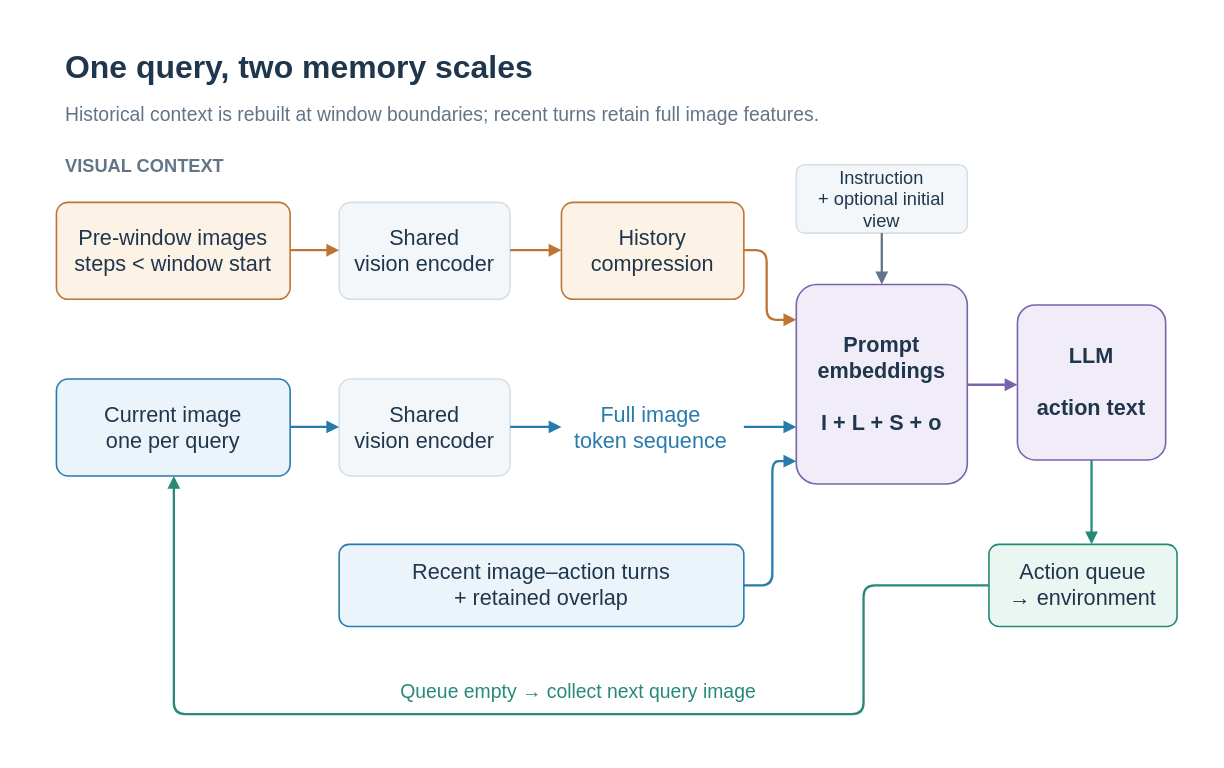
Earlier version of the draw.io diagram docs/assets/concepts/diagrams/dual-memory.en-US.drawio (Eku127/SwiftVLN). Source tidied: cells renumbered, new cells numbered last; positions are measured from the earlier drawing's top-left corner, leaving out a move shared by most shapes. Both pictures are drawn from the tidied source at 114%, with x=0, y=0 at pixel (19, 19).
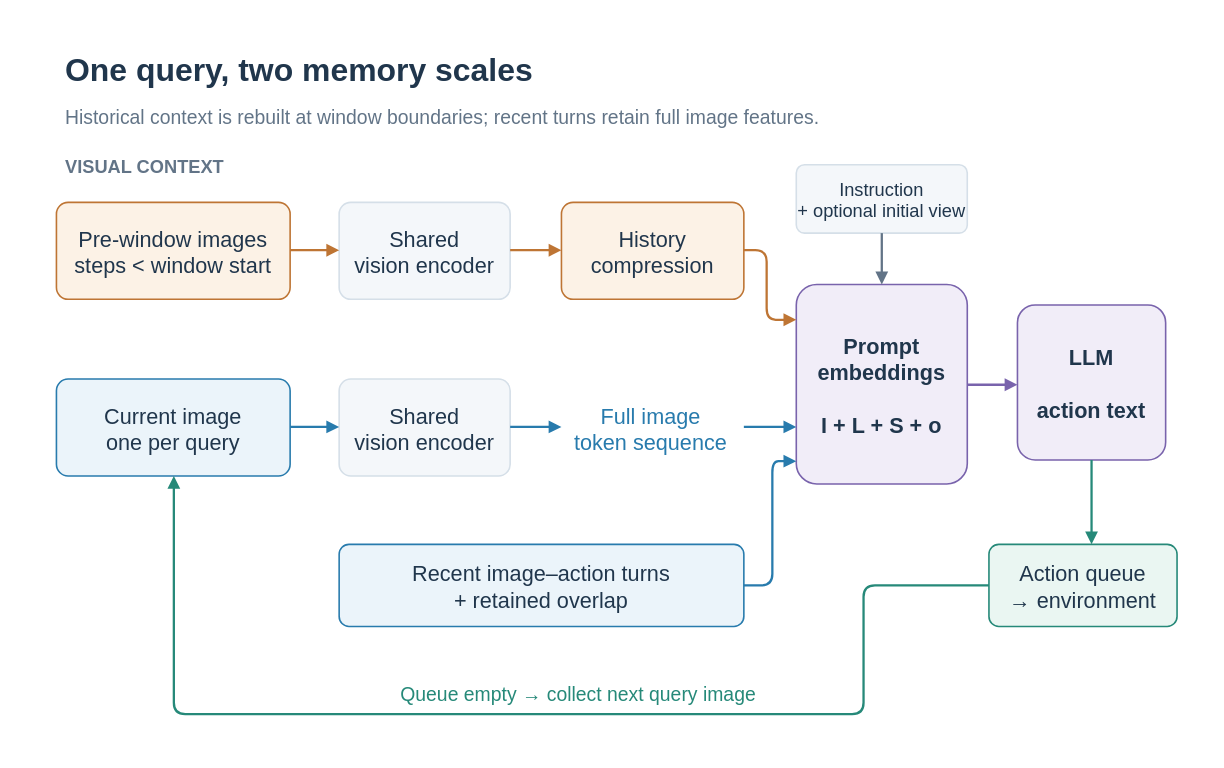
The same page after the edit.

What changed in the source:
```diff
@@
-    <mxCell id="2" style="rounded=0;arcSize=12;whiteSpace=wrap;html=0;fillColor=#FFFFFF;strokeColor=none;strokeWidth=1.4;fontColor=#20364C;fontFamily=Arial;fontSize=19;fontStyle=0;align=center;verticalAlign=middle;spacing=8;" parent="1" vertex="1">
+    <mxCell id="2" style="rounded=0;arcSize=12;whiteSpace=nowrap;html=0;fillColor=#FFFFFF;strokeColor=none;strokeWidth=1.4;fontColor=#20364C;fontFamily=Arial;fontSize=19;fontStyle=0;align=center;verticalAlign=middle;spacing=8;" parent="1" vertex="1">
       <mxGeometry width="1040" height="640" as="geometry" />
     </mxCell>
-    <mxCell id="3" value="One query, two memory scales" style="rounded=0;arcSize=12;whiteSpace=wrap;html=0;fillColor=none;strokeColor=none;strokeWidth=1.4;fontColor=#20364C;fontFamily=Arial;fontSize=28;fontStyle=1;align=left;verticalAlign=middle;spacing=8;" parent="1" vertex="1">
+    <mxCell id="3" value="One query, two memory scales" style="rounded=0;arcSize=12;whiteSpace=nowrap;html=0;fillColor=none;strokeColor=none;strokeWidth=1.4;fontColor=#20364C;fontFamily=Arial;fontSize=28;fontStyle=1;align=left;verticalAlign=middle;spacing=8;" parent="1" vertex="1">
       <mxGeometry x="32" y="22" width="970" height="38" as="geometry" />
     </mxCell>
-    <mxCell id="4" value="Historical context is rebuilt at window boundaries; recent turns retain full image features." style="rounded=0;arcSize=12;whiteSpace=wrap;html=0;fillColor=none;strokeColor=none;strokeWidth=1.4;fontColor=#627487;fontFamily=Arial;fontSize=17;fontStyle=0;align=left;verticalAlign=middle;spacing=8;" parent="1" vertex="1">
+    <mxCell id="4" value="Historical context is rebuilt at window boundaries; recent turns retain full image features." style="rounded=0;arcSize=12;whiteSpace=nowrap;html=0;fillColor=none;strokeColor=none;strokeWidth=1.4;fontColor=#627487;fontFamily=Arial;fontSize=17;fontStyle=0;align=left;verticalAlign=middle;spacing=8;" parent="1" vertex="1">
       <mxGeometry x="32" y="67" width="970" height="34" as="geometry" />
     </mxCell>
-    <mxCell id="5" value="VISUAL CONTEXT" style="rounded=0;arcSize=12;whiteSpace=wrap;html=0;fillColor=none;strokeColor=none;strokeWidth=1.4;fontColor=#627487;fontFamily=Arial;fontSize=16;fontStyle=1;align=left;verticalAlign=middle;spacing=8;" parent="1" vertex="1">
+    <mxCell id="5" value="VISUAL CONTEXT" style="rounded=0;arcSize=12;whiteSpace=nowrap;html=0;fillColor=none;strokeColor=none;strokeWidth=1.4;fontColor=#627487;fontFamily=Arial;fontSize=16;fontStyle=1;align=left;verticalAlign=middle;spacing=8;" parent="1" vertex="1">
       <mxGeometry x="32" y="114" width="570" height="28" as="geometry" />
     </mxCell>
-    <mxCell id="6" value="Pre-window images&#10;steps &lt; window start" style="rounded=1;arcSize=12;whiteSpace=wrap;html=0;fillColor=#FCF2E6;strokeColor=#BE7534;strokeWidth=1.4;fontColor=#20364C;fontFamily=Arial;fontSize=19;fontStyle=0;align=center;verticalAlign=middle;spacing=8;" parent="1" vertex="1">
+    <mxCell id="6" value="Pre-window images&#10;steps &lt; window start" style="rounded=1;arcSize=12;whiteSpace=nowrap;html=0;fillColor=#FCF2E6;strokeColor=#BE7534;strokeWidth=1.4;fontColor=#20364C;fontFamily=Arial;fontSize=19;fontStyle=0;align=center;verticalAlign=middle;spacing=8;" parent="1" vertex="1">
       <mxGeometry x="32" y="160" width="205" height="85" as="geometry" />
     </mxCell>
-    <mxCell id="7" value="Shared&#10;vision encoder" style="rounded=1;arcSize=12;whiteSpace=wrap;html=0;fillColor=#F4F7FA;strokeColor=#D5DFE8;strokeWidth=1.4;fontColor=#20364C;fontFamily=Arial;fontSize=19;fontStyle=0;align=center;verticalAlign=middle;spacing=8;" parent="1" vertex="1">
+    <mxCell id="7" value="Shared&#10;vision encoder" style="rounded=1;arcSize=12;whiteSpace=nowrap;html=0;fillColor=#F4F7FA;strokeColor=#D5DFE8;strokeWidth=1.4;fontColor=#20364C;fontFamily=Arial;fontSize=19;fontStyle=0;align=center;verticalAlign=middle;spacing=8;" parent="1" vertex="1">
       <mxGeometry x="280" y="160" width="150" height="85" as="geometry" />
     </mxCell>
-    <mxCell id="8" value="History&#10;compression" style="rounded=1;arcSize=12;whiteSpace=wrap;html=0;fillColor=#FCF2E6;strokeColor=#BE7534;strokeWidth=1.4;fontColor=#20364C;fontFamily=Arial;fontSize=19;fontStyle=0;align=center;verticalAlign=middle;spacing=8;" parent="1" vertex="1">
+    <mxCell id="8" value="History&#10;compression" style="rounded=1;arcSize=12;whiteSpace=nowrap;html=0;fillColor=#FCF2E6;strokeColor=#BE7534;strokeWidth=1.4;fontColor=#20364C;fontFamily=Arial;fontSize=19;fontStyle=0;align=center;verticalAlign=middle;spacing=8;" parent="1" vertex="1">
       <mxGeometry x="475" y="160" width="160" height="85" as="geometry" />
     </mxCell>
@@
-    <mxCell id="11" value="Current image&#10;one per query" style="rounded=1;arcSize=12;whiteSpace=wrap;html=0;fillColor=#EBF4FA;strokeColor=#287BAD;strokeWidth=1.4;fontColor=#20364C;fontFamily=Arial;fontSize=19;fontStyle=0;align=center;verticalAlign=middle;spacing=8;" parent="1" vertex="1">
+    <mxCell id="11" value="Current image&#10;one per query" style="rounded=1;arcSize=12;whiteSpace=nowrap;html=0;fillColor=#EBF4FA;strokeColor=#287BAD;strokeWidth=1.4;fontColor=#20364C;fontFamily=Arial;fontSize=19;fontStyle=0;align=center;verticalAlign=middle;spacing=8;" parent="1" vertex="1">
       <mxGeometry x="32" y="315" width="205" height="85" as="geometry" />
     </mxCell>
-    <mxCell id="12" value="Shared&#10;vision encoder" style="rounded=1;arcSize=12;whiteSpace=wrap;html=0;fillColor=#F4F7FA;strokeColor=#D5DFE8;strokeWidth=1.4;fontColor=#20364C;fontFamily=Arial;fontSize=19;fontStyle=0;align=center;verticalAlign=middle;spacing=8;" parent="1" vertex="1">
+    <mxCell id="12" value="Shared&#10;vision encoder" style="rounded=1;arcSize=12;whiteSpace=nowrap;html=0;fillColor=#F4F7FA;strokeColor=#D5DFE8;strokeWidth=1.4;fontColor=#20364C;fontFamily=Arial;fontSize=19;fontStyle=0;align=center;verticalAlign=middle;spacing=8;" parent="1" vertex="1">
       <mxGeometry x="280" y="315" width="150" height="85" as="geometry" />
     </mxCell>
-    <mxCell id="13" value="Full image&#10;token sequence" style="rounded=0;arcSize=12;whiteSpace=wrap;html=0;fillColor=none;strokeColor=none;strokeWidth=1.4;fontColor=#287BAD;fontFamily=Arial;fontSize=19;fontStyle=0;align=center;verticalAlign=middle;spacing=8;" parent="1" vertex="1">
+    <mxCell id="13" value="Full image&#10;token sequence" style="rounded=0;arcSize=12;whiteSpace=nowrap;html=0;fillColor=none;strokeColor=none;strokeWidth=1.4;fontColor=#287BAD;fontFamily=Arial;fontSize=19;fontStyle=0;align=center;verticalAlign=middle;spacing=8;" parent="1" vertex="1">
       <mxGeometry x="471" y="325" width="165" height="65" as="geometry" />
     </mxCell>
@@
-    <mxCell id="16" value="Recent image–action turns&#10;+ retained overlap" style="rounded=1;arcSize=12;whiteSpace=wrap;html=0;fillColor=#EBF4FA;strokeColor=#287BAD;strokeWidth=1.4;fontColor=#20364C;fontFamily=Arial;fontSize=19;fontStyle=0;align=center;verticalAlign=middle;spacing=8;" parent="1" vertex="1">
+    <mxCell id="16" value="Recent image–action turns&#10;+ retained overlap" style="rounded=1;arcSize=12;whiteSpace=nowrap;html=0;fillColor=#EBF4FA;strokeColor=#287BAD;strokeWidth=1.4;fontColor=#20364C;fontFamily=Arial;fontSize=19;fontStyle=0;align=center;verticalAlign=middle;spacing=8;" parent="1" vertex="1">
       <mxGeometry x="280" y="460" width="355" height="72" as="geometry" />
     </mxCell>
-    <mxCell id="17" value="Instruction&#10;+ optional initial view" style="rounded=1;arcSize=12;whiteSpace=wrap;html=0;fillColor=#F4F7FA;strokeColor=#D5DFE8;strokeWidth=1.4;fontColor=#20364C;fontFamily=Arial;fontSize=16;fontStyle=0;align=center;verticalAlign=middle;spacing=8;" parent="1" vertex="1">
+    <mxCell id="17" value="Instruction&#10;+ optional initial view" style="rounded=1;arcSize=12;whiteSpace=nowrap;html=0;fillColor=#F4F7FA;strokeColor=#D5DFE8;strokeWidth=1.4;fontColor=#20364C;fontFamily=Arial;fontSize=16;fontStyle=0;align=center;verticalAlign=middle;spacing=8;" parent="1" vertex="1">
       <mxGeometry x="681" y="127" width="150" height="60" as="geometry" />
     </mxCell>
-    <mxCell id="18" value="Prompt&#10;embeddings&#10;&#10;I + L + S + o" style="rounded=1;arcSize=12;whiteSpace=wrap;html=0;fillColor=#F1EDF8;strokeColor=#7963AC;strokeWidth=1.4;fontColor=#20364C;fontFamily=Arial;fontSize=19;fontStyle=1;align=center;verticalAlign=middle;spacing=8;" parent="1" vertex="1">
+    <mxCell id="18" value="Prompt&#10;embeddings&#10;&#10;I + L + S + o" style="rounded=1;arcSize=12;whiteSpace=nowrap;html=0;fillColor=#F1EDF8;strokeColor=#7963AC;strokeWidth=1.4;fontColor=#20364C;fontFamily=Arial;fontSize=19;fontStyle=1;align=center;verticalAlign=middle;spacing=8;" parent="1" vertex="1">
       <mxGeometry x="681" y="232" width="150" height="175" as="geometry" />
     </mxCell>
@@
-    <mxCell id="23" value="LLM&#10;&#10;action text" style="rounded=1;arcSize=12;whiteSpace=wrap;html=0;fillColor=#F1EDF8;strokeColor=#7963AC;strokeWidth=1.4;fontColor=#20364C;fontFamily=Arial;fontSize=19;fontStyle=1;align=center;verticalAlign=middle;spacing=8;" parent="1" vertex="1">
+    <mxCell id="23" value="LLM&#10;&#10;action text" style="rounded=1;arcSize=12;whiteSpace=nowrap;html=0;fillColor=#F1EDF8;strokeColor=#7963AC;strokeWidth=1.4;fontColor=#20364C;fontFamily=Arial;fontSize=19;fontStyle=1;align=center;verticalAlign=middle;spacing=8;" parent="1" vertex="1">
       <mxGeometry x="875" y="250" width="130" height="136" as="geometry" />
     </mxCell>
@@
-    <mxCell id="25" value="Action queue&#10;→ environment" style="rounded=1;arcSize=12;whiteSpace=wrap;html=0;fillColor=#EAF6F2;strokeColor=#268979;strokeWidth=1.4;fontColor=#20364C;fontFamily=Arial;fontSize=19;fontStyle=0;align=center;verticalAlign=middle;spacing=8;" parent="1" vertex="1">
+    <mxCell id="25" value="Action queue&#10;→ environment" style="rounded=1;arcSize=12;whiteSpace=nowrap;html=0;fillColor=#EAF6F2;strokeColor=#268979;strokeWidth=1.4;fontColor=#20364C;fontFamily=Arial;fontSize=19;fontStyle=0;align=center;verticalAlign=middle;spacing=8;" parent="1" vertex="1">
       <mxGeometry x="850" y="460" width="165" height="72" as="geometry" />
     </mxCell>
@@
-    <mxCell id="28" value="Queue empty → collect next query image" style="rounded=0;arcSize=12;whiteSpace=wrap;html=0;fillColor=none;strokeColor=none;strokeWidth=1.4;fontColor=#268979;fontFamily=Arial;fontSize=17;fontStyle=0;align=center;verticalAlign=middle;spacing=8;" parent="1" vertex="1">
+    <mxCell id="28" value="Queue empty → collect next query image" style="rounded=0;arcSize=12;whiteSpace=nowrap;html=0;fillColor=none;strokeColor=none;strokeWidth=1.4;fontColor=#268979;fontFamily=Arial;fontSize=17;fontStyle=0;align=center;verticalAlign=middle;spacing=8;" parent="1" vertex="1">
       <mxGeometry x="310" y="575" width="360" height="30" as="geometry" />
     </mxCell>
```
